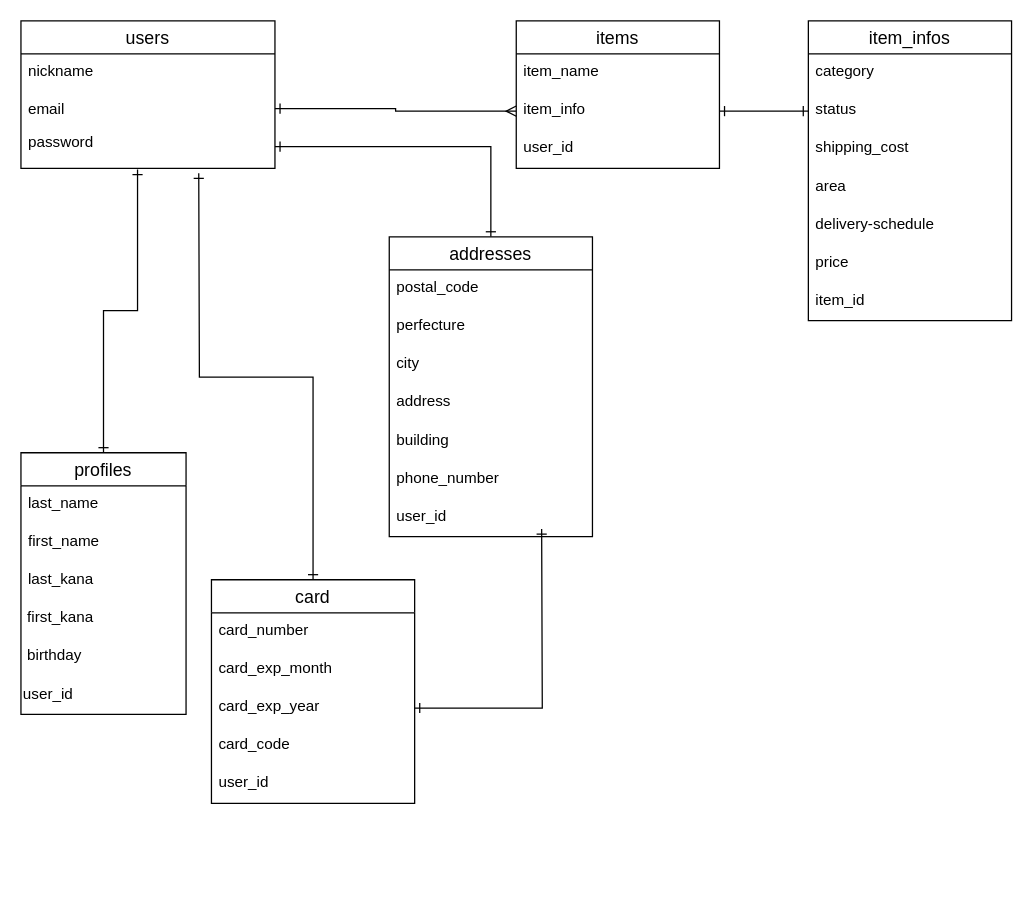
This is table.dio from githaruka/furima-33490, a draw.io file, before an edit. Source tidied: cells renumbered, new cells numbered last; positions are measured from the earlier drawing's top-left corner, leaving out a move shared by most shapes. Both pictures are drawn from the tidied source at 127%, with x=0, y=0 at pixel (20, 20).
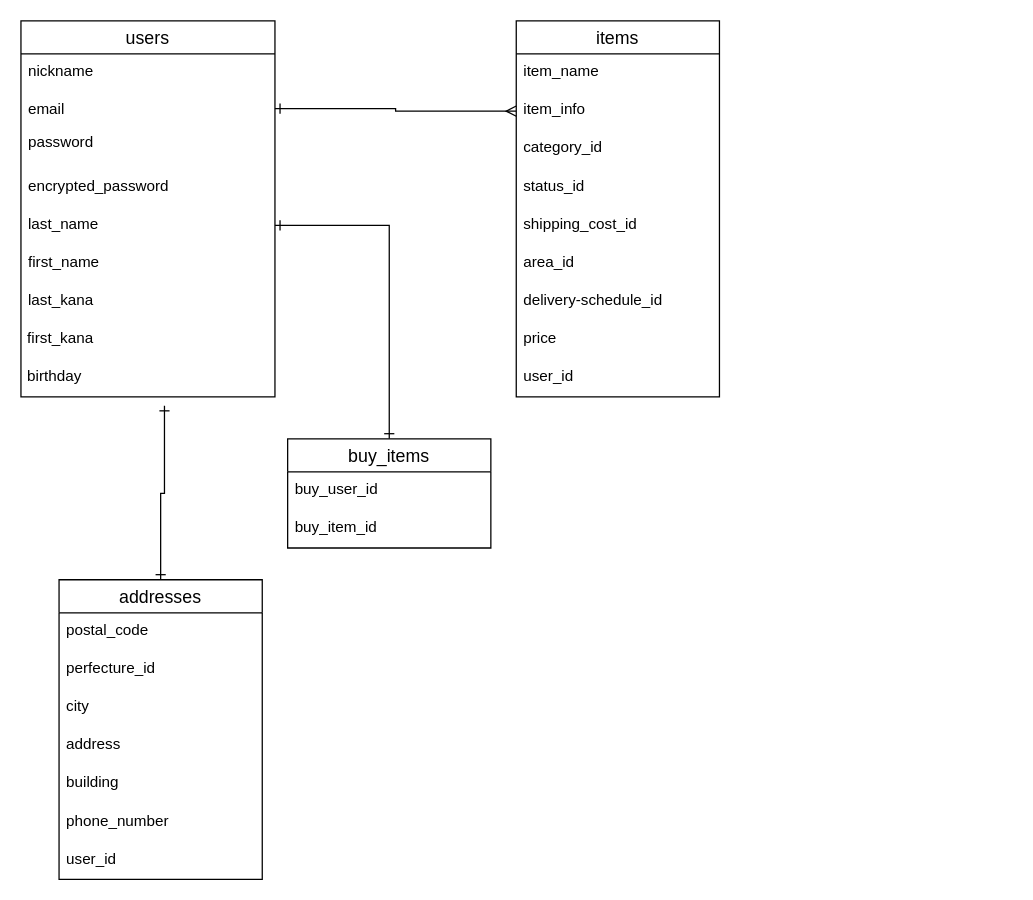
Above is the later version.

The change refers to these unchanged cells:
```xml
<mxCell id="4" value="email" style="text;strokeColor=none;fillColor=none;spacingLeft=4;spacingRight=4;overflow=hidden;points=[[0,0.5],[1,0.5]];portConstraint=eastwest;fontSize=12;" parent="2" vertex="1">
  <mxGeometry y="56" width="200" height="26" as="geometry" />
</mxCell>
<mxCell id="5" value="password" style="text;strokeColor=none;fillColor=none;spacingLeft=4;spacingRight=4;overflow=hidden;points=[[0,0.5],[1,0.5]];portConstraint=eastwest;fontSize=12;" parent="2" vertex="1">
  <mxGeometry y="82" width="200" height="34" as="geometry" />
</mxCell>
<mxCell id="16" value="item_info" style="text;strokeColor=none;fillColor=none;spacingLeft=4;spacingRight=4;overflow=hidden;points=[[0,0.5],[1,0.5]];portConstraint=eastwest;fontSize=12;" parent="14" vertex="1">
  <mxGeometry y="56" width="160" height="30" as="geometry" />
</mxCell>
```

What changed in the source:
```diff
@@
     <mxCell id="2" value="users" style="swimlane;fontStyle=0;horizontal=1;startSize=26;align=center;fontSize=14;" parent="1" vertex="1">
-      <mxGeometry width="200" height="116" as="geometry" />
+      <mxGeometry width="200" height="296" as="geometry" />
     </mxCell>
@@
-    <mxCell id="6" style="edgeStyle=orthogonalEdgeStyle;rounded=0;jettySize=auto;html=1;exitX=0.5;exitY=0;exitDx=0;exitDy=0;entryX=0.459;entryY=1.029;entryDx=0;entryDy=0;entryPerimeter=0;endArrow=ERone;endFill=0;startArrow=ERone;startFill=0;" parent="1" edge="1" source="7" target="5">
-      <mxGeometry relative="1" as="geometry" />
-    </mxCell>
-    <mxCell id="7" value="profiles" style="swimlane;fontStyle=0;horizontal=1;startSize=26;align=center;fontSize=14;" parent="1" vertex="1">
-      <mxGeometry y="340" width="130" height="206" as="geometry" />
-    </mxCell>
+    <mxCell id="45" value="encrypted_password" style="text;strokeColor=none;fillColor=none;spacingLeft=4;spacingRight=4;overflow=hidden;fontSize=12;" parent="2" vertex="1">
+      <mxGeometry y="116" width="200" height="30" as="geometry" />
+    </mxCell>
-    <mxCell id="8" value="last_name" style="text;strokeColor=none;fillColor=none;spacingLeft=4;spacingRight=4;overflow=hidden;points=[[0,0.5],[1,0.5]];portConstraint=eastwest;fontSize=12;" parent="7" vertex="1">
-      <mxGeometry y="26" width="130" height="30" as="geometry" />
+    <mxCell id="8" value="last_name" style="text;strokeColor=none;fillColor=none;spacingLeft=4;spacingRight=4;overflow=hidden;points=[[0,0.5],[1,0.5]];portConstraint=eastwest;fontSize=12;" parent="2" vertex="1">
+      <mxGeometry y="146" width="200" height="30" as="geometry" />
     </mxCell>
-    <mxCell id="9" value="first_name" style="text;strokeColor=none;fillColor=none;spacingLeft=4;spacingRight=4;overflow=hidden;fontSize=12;" parent="7" vertex="1">
-      <mxGeometry y="56" width="130" height="30" as="geometry" />
+    <mxCell id="9" value="first_name" style="text;strokeColor=none;fillColor=none;spacingLeft=4;spacingRight=4;overflow=hidden;fontSize=12;" parent="2" vertex="1">
+      <mxGeometry y="176" width="200" height="30" as="geometry" />
     </mxCell>
-    <mxCell id="10" value="last_kana" style="text;strokeColor=none;fillColor=none;spacingLeft=4;spacingRight=4;overflow=hidden;fontSize=12;" parent="7" vertex="1">
-      <mxGeometry y="86" width="130" height="30" as="geometry" />
+    <mxCell id="10" value="last_kana" style="text;strokeColor=none;fillColor=none;spacingLeft=4;spacingRight=4;overflow=hidden;fontSize=12;" parent="2" vertex="1">
+      <mxGeometry y="206" width="200" height="30" as="geometry" />
     </mxCell>
-    <mxCell id="11" value=" first_kana&#10;&#10;&#10;&#10;" style="text;align=left;" parent="7" vertex="1">
-      <mxGeometry y="116" width="130" height="30" as="geometry" />
+    <mxCell id="11" value=" first_kana&#10;&#10;&#10;&#10;" style="text;align=left;" parent="2" vertex="1">
+      <mxGeometry y="236" width="200" height="30" as="geometry" />
     </mxCell>
-    <mxCell id="12" value=" birthday&#10;" style="text;align=left;" parent="7" vertex="1">
-      <mxGeometry y="146" width="130" height="30" as="geometry" />
+    <mxCell id="12" value=" birthday&#10;" style="text;align=left;" parent="2" vertex="1">
+      <mxGeometry y="266" width="200" height="30" as="geometry" />
     </mxCell>
-    <mxCell id="13" value="user_id" style="text;align=left;" parent="7" vertex="1">
-      <mxGeometry y="176" width="130" height="30" as="geometry" />
-    </mxCell>
     <mxCell id="14" value="items" style="swimlane;fontStyle=0;horizontal=1;startSize=26;align=center;fontSize=14;html=0;" parent="1" vertex="1">
-      <mxGeometry x="390" width="160" height="116" as="geometry" />
+      <mxGeometry x="390" width="160" height="296" as="geometry" />
     </mxCell>
@@
-    <mxCell id="17" value="user_id&#10;" style="text;strokeColor=none;fillColor=none;spacingLeft=4;spacingRight=4;overflow=hidden;fontSize=12;" parent="14" vertex="1">
-      <mxGeometry y="86" width="160" height="30" as="geometry" />
-    </mxCell>
-    <mxCell id="18" style="edgeStyle=orthogonalEdgeStyle;rounded=0;jettySize=auto;html=1;exitX=1;exitY=0.5;exitDx=0;exitDy=0;entryX=0;entryY=0.5;entryDx=0;entryDy=0;startArrow=ERone;startFill=0;endArrow=ERmany;endFill=0;" parent="1" edge="1" source="4" target="16">
-      <mxGeometry relative="1" as="geometry" />
-    </mxCell>
-    <mxCell id="19" value="item_infos" style="swimlane;fontStyle=0;horizontal=1;startSize=26;align=center;fontSize=14;html=0;" parent="1" vertex="1">
-      <mxGeometry x="620" width="160" height="236" as="geometry" />
-    </mxCell>
-    <mxCell id="20" value="category" style="text;strokeColor=none;fillColor=none;spacingLeft=4;spacingRight=4;overflow=hidden;fontSize=12;" parent="19" vertex="1">
-      <mxGeometry y="26" width="160" height="30" as="geometry" />
+    <mxCell id="20" value="category_id" style="text;strokeColor=none;fillColor=none;spacingLeft=4;spacingRight=4;overflow=hidden;fontSize=12;" parent="14" vertex="1">
+      <mxGeometry y="86" width="160" height="30" as="geometry" />
     </mxCell>
-    <mxCell id="21" value="status&#10;" style="text;strokeColor=none;fillColor=none;spacingLeft=4;spacingRight=4;overflow=hidden;points=[[0,0.5],[1,0.5]];portConstraint=eastwest;fontSize=12;" parent="19" vertex="1">
-      <mxGeometry y="56" width="160" height="30" as="geometry" />
+    <mxCell id="21" value="status_id&#10;" style="text;strokeColor=none;fillColor=none;spacingLeft=4;spacingRight=4;overflow=hidden;points=[[0,0.5],[1,0.5]];portConstraint=eastwest;fontSize=12;" parent="14" vertex="1">
+      <mxGeometry y="116" width="160" height="30" as="geometry" />
     </mxCell>
-    <mxCell id="22" value="shipping_cost" style="text;strokeColor=none;fillColor=none;spacingLeft=4;spacingRight=4;overflow=hidden;fontSize=12;" parent="19" vertex="1">
-      <mxGeometry y="86" width="160" height="30" as="geometry" />
+    <mxCell id="22" value="shipping_cost_id" style="text;strokeColor=none;fillColor=none;spacingLeft=4;spacingRight=4;overflow=hidden;fontSize=12;" parent="14" vertex="1">
+      <mxGeometry y="146" width="160" height="30" as="geometry" />
     </mxCell>
-    <mxCell id="23" value="area" style="text;strokeColor=none;fillColor=none;spacingLeft=4;spacingRight=4;overflow=hidden;fontSize=12;" parent="19" vertex="1">
-      <mxGeometry y="116" width="160" height="30" as="geometry" />
+    <mxCell id="23" value="area_id" style="text;strokeColor=none;fillColor=none;spacingLeft=4;spacingRight=4;overflow=hidden;fontSize=12;" parent="14" vertex="1">
+      <mxGeometry y="176" width="160" height="30" as="geometry" />
     </mxCell>
-    <mxCell id="24" value="delivery-schedule" style="text;strokeColor=none;fillColor=none;spacingLeft=4;spacingRight=4;overflow=hidden;fontSize=12;" parent="19" vertex="1">
-      <mxGeometry y="146" width="160" height="30" as="geometry" />
+    <mxCell id="24" value="delivery-schedule_id" style="text;strokeColor=none;fillColor=none;spacingLeft=4;spacingRight=4;overflow=hidden;fontSize=12;" parent="14" vertex="1">
+      <mxGeometry y="206" width="160" height="30" as="geometry" />
     </mxCell>
-    <mxCell id="25" value="price" style="text;strokeColor=none;fillColor=none;spacingLeft=4;spacingRight=4;overflow=hidden;fontSize=12;" parent="19" vertex="1">
-      <mxGeometry y="176" width="160" height="30" as="geometry" />
+    <mxCell id="25" value="price" style="text;strokeColor=none;fillColor=none;spacingLeft=4;spacingRight=4;overflow=hidden;fontSize=12;" parent="14" vertex="1">
+      <mxGeometry y="236" width="160" height="30" as="geometry" />
     </mxCell>
-    <mxCell id="26" value="item_id" style="text;strokeColor=none;fillColor=none;spacingLeft=4;spacingRight=4;overflow=hidden;fontSize=12;" parent="19" vertex="1">
-      <mxGeometry y="206" width="160" height="30" as="geometry" />
-    </mxCell>
-    <mxCell id="27" style="edgeStyle=orthogonalEdgeStyle;rounded=0;jettySize=auto;html=1;exitX=1;exitY=0.5;exitDx=0;exitDy=0;entryX=0;entryY=0.5;entryDx=0;entryDy=0;startArrow=ERone;startFill=0;endArrow=ERone;endFill=0;" parent="1" edge="1" source="16" target="21">
-      <mxGeometry relative="1" as="geometry" />
-    </mxCell>
-    <mxCell id="28" style="edgeStyle=orthogonalEdgeStyle;rounded=0;jettySize=auto;html=1;exitX=0.5;exitY=0;exitDx=0;exitDy=0;startArrow=ERone;startFill=0;endArrow=ERone;endFill=0;" parent="1" edge="1" source="29">
-      <mxGeometry relative="1" as="geometry">
-        <mxPoint x="140" y="120" as="targetPoint" />
-      </mxGeometry>
-    </mxCell>
-    <mxCell id="29" value="card" style="swimlane;fontStyle=0;horizontal=1;startSize=26;align=center;fontSize=14;html=0;" parent="1" vertex="1">
-      <mxGeometry x="150" y="440" width="160" height="176" as="geometry" />
-    </mxCell>
-    <mxCell id="30" value="card_number" style="text;strokeColor=none;fillColor=none;spacingLeft=4;spacingRight=4;overflow=hidden;fontSize=12;" parent="29" vertex="1">
-      <mxGeometry y="26" width="160" height="30" as="geometry" />
-    </mxCell>
-    <mxCell id="31" value="card_exp_month" style="text;strokeColor=none;fillColor=none;spacingLeft=4;spacingRight=4;overflow=hidden;fontSize=12;" parent="29" vertex="1">
-      <mxGeometry y="56" width="160" height="30" as="geometry" />
-    </mxCell>
-    <mxCell id="32" value="card_exp_year" style="text;strokeColor=none;fillColor=none;spacingLeft=4;spacingRight=4;overflow=hidden;points=[[0,0.5],[1,0.5]];portConstraint=eastwest;fontSize=12;" parent="29" vertex="1">
-      <mxGeometry y="86" width="160" height="30" as="geometry" />
-    </mxCell>
-    <mxCell id="33" value="card_code" style="text;strokeColor=none;fillColor=none;spacingLeft=4;spacingRight=4;overflow=hidden;fontSize=12;" parent="29" vertex="1">
-      <mxGeometry y="116" width="160" height="30" as="geometry" />
-    </mxCell>
-    <mxCell id="34" value="user_id" style="text;strokeColor=none;fillColor=none;spacingLeft=4;spacingRight=4;overflow=hidden;fontSize=12;" parent="29" vertex="1">
-      <mxGeometry y="146" width="160" height="30" as="geometry" />
-    </mxCell>
+    <mxCell id="17" value="user_id&#10;" style="text;strokeColor=none;fillColor=none;spacingLeft=4;spacingRight=4;overflow=hidden;fontSize=12;" parent="14" vertex="1">
+      <mxGeometry y="266" width="160" height="30" as="geometry" />
+    </mxCell>
+    <mxCell id="18" style="edgeStyle=orthogonalEdgeStyle;rounded=0;jettySize=auto;html=1;exitX=1;exitY=0.5;exitDx=0;exitDy=0;entryX=0;entryY=0.5;entryDx=0;entryDy=0;startArrow=ERone;startFill=0;endArrow=ERmany;endFill=0;" parent="1" edge="1" source="4" target="16">
+      <mxGeometry relative="1" as="geometry" />
+    </mxCell>
-    <mxCell id="35" style="edgeStyle=orthogonalEdgeStyle;rounded=0;jettySize=auto;html=1;startArrow=ERone;startFill=0;endArrow=ERone;endFill=0;" parent="1" edge="1" source="36" target="5">
-      <mxGeometry relative="1" as="geometry" />
+    <mxCell id="35" style="edgeStyle=orthogonalEdgeStyle;rounded=0;jettySize=auto;html=1;startArrow=ERone;startFill=0;endArrow=ERone;endFill=0;" parent="1" edge="1" source="36">
+      <mxGeometry relative="1" as="geometry">
+        <mxPoint x="113" y="303" as="targetPoint" />
+        <Array as="points">
+          <mxPoint x="110" y="372" />
+          <mxPoint x="113" y="372" />
+        </Array>
+      </mxGeometry>
     </mxCell>
     <mxCell id="36" value="addresses" style="swimlane;fontStyle=0;horizontal=1;startSize=26;align=center;fontSize=14;html=0;" parent="1" vertex="1">
-      <mxGeometry x="290" y="170" width="160" height="236" as="geometry" />
+      <mxGeometry x="30" y="440" width="160" height="236" as="geometry" />
     </mxCell>
@@
-    <mxCell id="38" value="perfecture" style="text;strokeColor=none;fillColor=none;spacingLeft=4;spacingRight=4;overflow=hidden;fontSize=12;" parent="36" vertex="1">
+    <mxCell id="38" value="perfecture_id" style="text;strokeColor=none;fillColor=none;spacingLeft=4;spacingRight=4;overflow=hidden;fontSize=12;" parent="36" vertex="1">
       <mxGeometry y="56" width="160" height="30" as="geometry" />
     </mxCell>
@@
+    <mxCell id="46" style="edgeStyle=orthogonalEdgeStyle;rounded=0;jettySize=auto;html=1;exitX=0.5;exitY=0;exitDx=0;exitDy=0;startArrow=ERone;startFill=0;endArrow=ERone;endFill=0;" parent="1" edge="1" source="44" target="8">
+      <mxGeometry relative="1" as="geometry" />
+    </mxCell>
-    <mxCell id="44" style="edgeStyle=orthogonalEdgeStyle;rounded=0;jettySize=auto;html=1;exitX=1;exitY=0.5;exitDx=0;exitDy=0;startArrow=ERone;startFill=0;endArrow=ERone;endFill=0;" parent="1" edge="1" source="32">
-      <mxGeometry relative="1" as="geometry">
-        <mxPoint x="410" y="400" as="targetPoint" />
-      </mxGeometry>
+    <mxCell id="44" value="buy_items" style="swimlane;fontStyle=0;horizontal=1;startSize=26;align=center;fontSize=14;html=0;" parent="1" vertex="1">
+      <mxGeometry x="210" y="329" width="160" height="86" as="geometry" />
     </mxCell>
+    <mxCell id="47" value="buy_user_id" style="text;strokeColor=none;fillColor=none;spacingLeft=4;spacingRight=4;overflow=hidden;fontSize=12;" parent="44" vertex="1">
+      <mxGeometry y="26" width="160" height="30" as="geometry" />
+    </mxCell>
+    <mxCell id="48" value="buy_item_id" style="text;strokeColor=none;fillColor=none;spacingLeft=4;spacingRight=4;overflow=hidden;fontSize=12;" parent="44" vertex="1">
+      <mxGeometry y="56" width="160" height="30" as="geometry" />
+    </mxCell>
```
